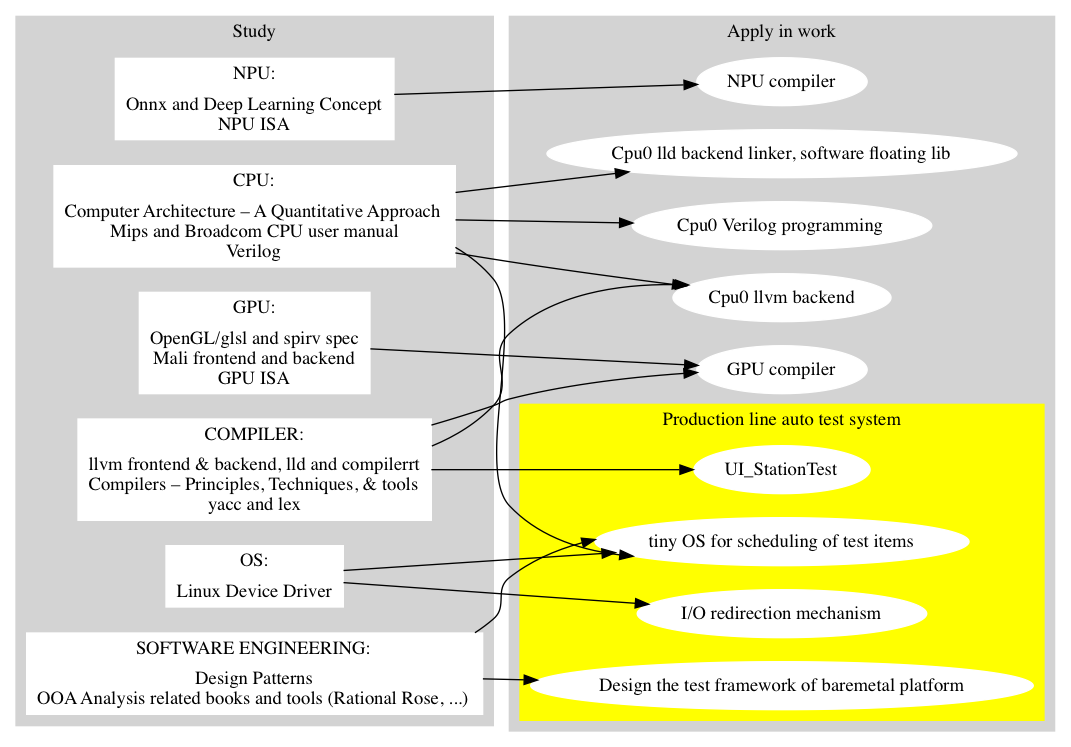
Before: images/study_and_apply.png, a diagram exported from Graphviz (Jonathan2251/ws). Its source is kept beside it as images/study_and_apply.gv.
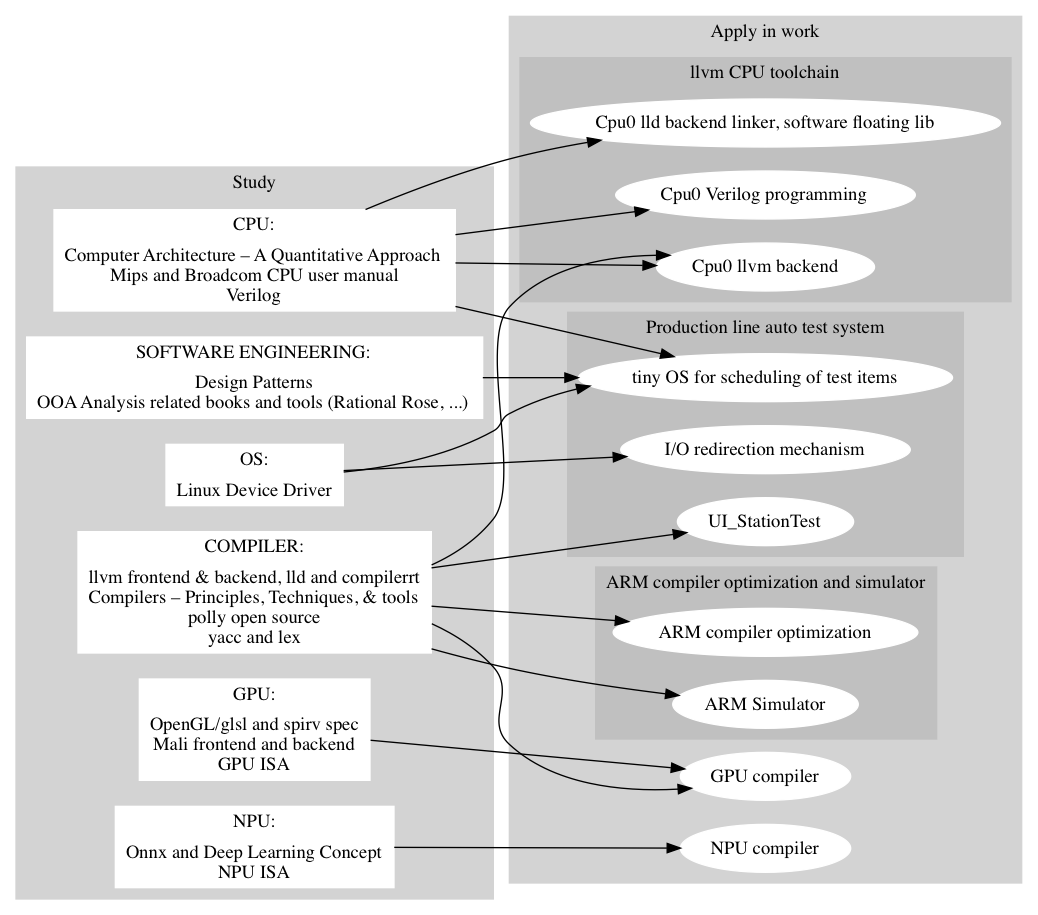
Above is the later version.

Commit message:
study_and_apply

Diff of the diagram source:
```diff
@@ -8,7 +8,7 @@
     node [shape=record,style=filled,color=white]; CPU [label="CPU:|Computer Architecture – A Quantitative Approach\nMips and Broadcom CPU user manual\nVerilog"];
     node [shape=record,style=filled,color=white]; GPU [label="GPU:|OpenGL/glsl and spirv spec\nMali frontend and backend\nGPU ISA"];
     node [shape=record,style=filled,color=white]; NPU [label="NPU:|Onnx and Deep Learning Concept\nNPU ISA"];
-    node [style=filled,color=white]; COMPILER [label="COMPILER:|llvm frontend & backend, lld and compilerrt\nCompilers – Principles, Techniques, & tools\nyacc and lex"];
+    node [style=filled,color=white]; COMPILER [label="COMPILER:|llvm frontend & backend, lld and compilerrt\nCompilers – Principles, Techniques, & tools\npolly open source\nyacc and lex"];
     node [style=filled,color=white]; OS [label="OS:|Linux Device Driver"];
     node [style=filled,color=white]; "SOFTWARE ENGINEERING" [label="SOFTWARE ENGINEERING:|Design Patterns\nOOA Analysis related books and tools (Rational Rose, ...)"];
     color=lightgrey;
@@ -17,18 +17,27 @@
     style=filled;
     color=lightgrey;
     label = "Apply in work";
-    node [style=filled,color=white]; verilog [label="Cpu0 Verilog programming"];
-    node [style=filled,color=white]; backend [label="Cpu0 llvm backend"];
-    node [style=filled,color=white]; linker [label="Cpu0 lld backend linker, software floating lib"];
+    subgraph cluster_1_1 {
+      color=gray;
+      label = "llvm CPU toolchain";
+      node [style=filled,color=white]; backend [label="Cpu0 llvm backend"];
+      node [style=filled,color=white]; linker [label="Cpu0 lld backend linker, software floating lib"];
+      node [style=filled,color=white]; verilog [label="Cpu0 Verilog programming"];
+    }
+    subgraph cluster_1_2 {
+      color=gray;
+      label = "ARM compiler optimization and simulator";
+      node [style=filled,color=white]; armopt [label="ARM compiler optimization"];
+      node [style=filled,color=white]; armsim [label="ARM Simulator"];
+    }
     node [style=filled,color=white]; gpucompiler [label="GPU compiler"];
     node [style=filled,color=white]; npucompiler [label="NPU compiler"];
-    subgraph cluster_1_1 {
-      color=yellow;
+    subgraph cluster_1_3 {
+      color=gray;
       label = "Production line auto test system";
       node [style=filled,color=white]; tinyos [label="tiny OS for scheduling of test items"];
       node [style=filled,color=white]; teststation [label="UI_StationTest"];
       node [style=filled,color=white]; io [label="I/O redirection mechanism"];
-      node [style=filled,color=white]; bltc [label="Design the test framework of baremetal platform"];
     }
   }
   CPU -> verilog;
@@ -39,10 +48,11 @@
   NPU -> npucompiler;
   COMPILER -> backend;
   COMPILER -> gpucompiler;
+  COMPILER -> armopt;
+  COMPILER -> armsim;
   COMPILER -> teststation;
   OS -> tinyos;
   OS -> io;
   "SOFTWARE ENGINEERING" -> tinyos;
-  "SOFTWARE ENGINEERING" -> bltc;
 
 }
```
